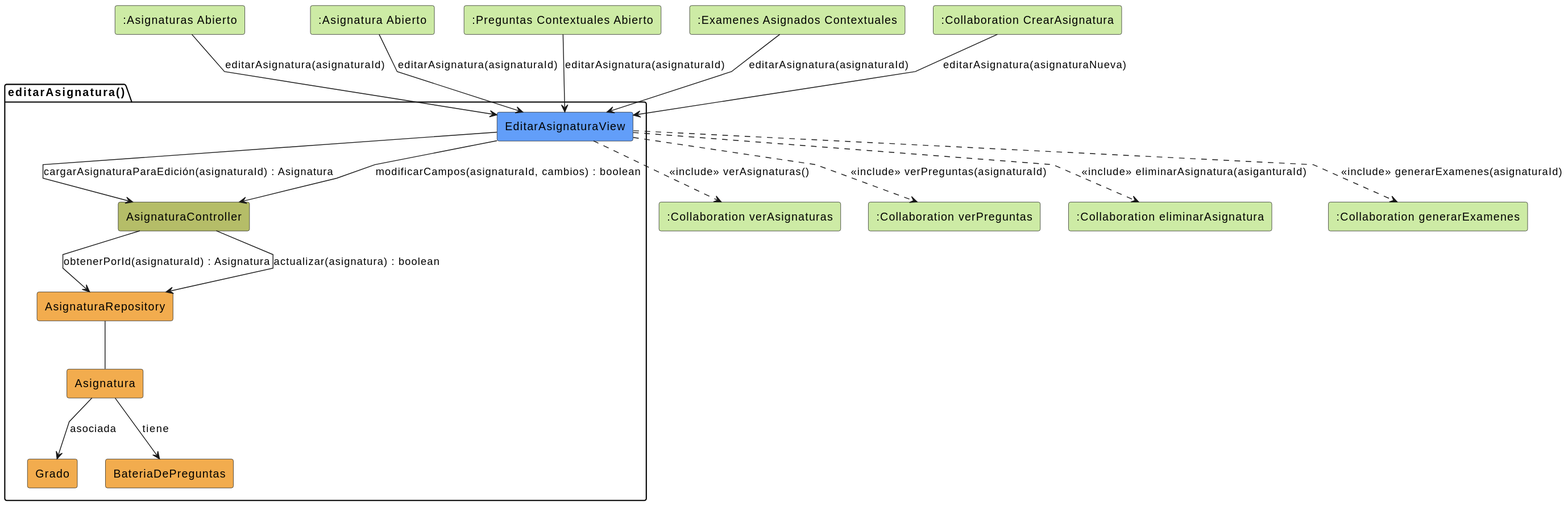
Earlier version of the PlantUML export images/analisis/editarAsignatura/colaboracion.svg (martinlopez7/25-26-idsw2-sdVC).
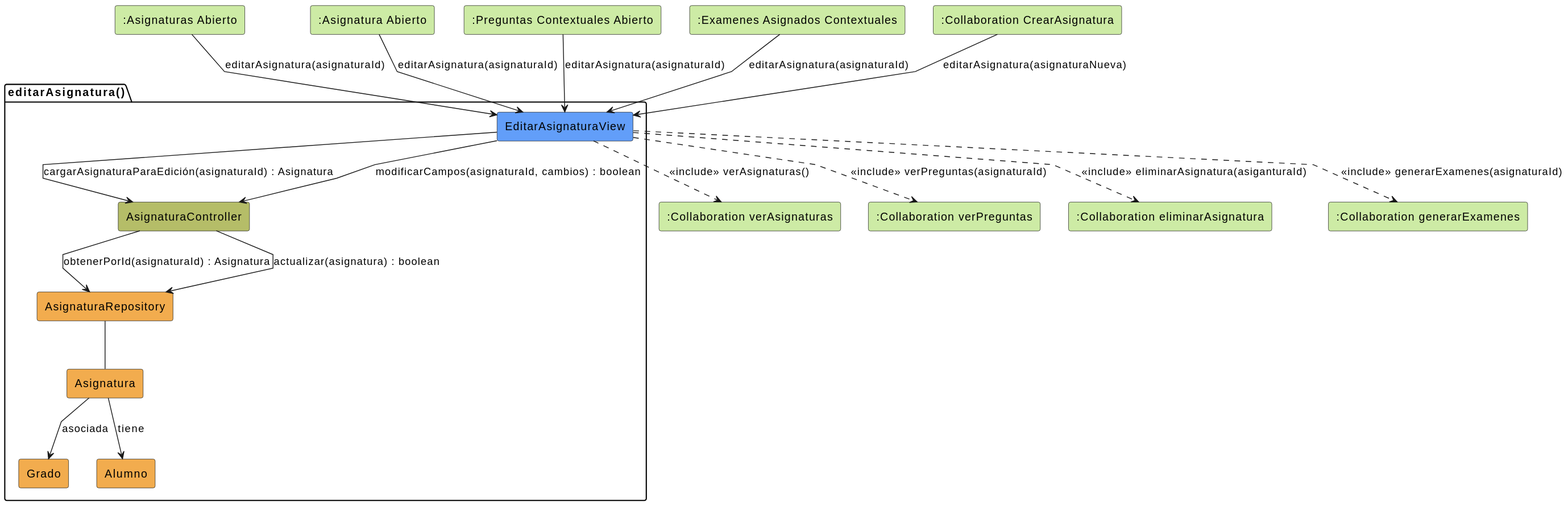
After the commit.

The edit, as a diff of the source:
```diff
@@ -17,7 +17,7 @@
     rectangle #F2AC4E AsignaturaRepository
     rectangle #F2AC4E Asignatura
     rectangle #F2AC4E Grado
-    rectangle #F2AC4E BateriaDePreguntas
+    rectangle #F2AC4E Alumno
 }
 
 AsignaturasAbierto --> EditarAsignaturaView: editarAsignatura(asignaturaId)
@@ -36,7 +36,7 @@
 
 AsignaturaRepository -- Asignatura
 
-Asignatura --> BateriaDePreguntas : tiene
+Asignatura --> Alumno : tiene
 Asignatura --> Grado : asociada
 
 EditarAsignaturaView ..> VerAsignaturas: <<include>> verAsignaturas()
```
